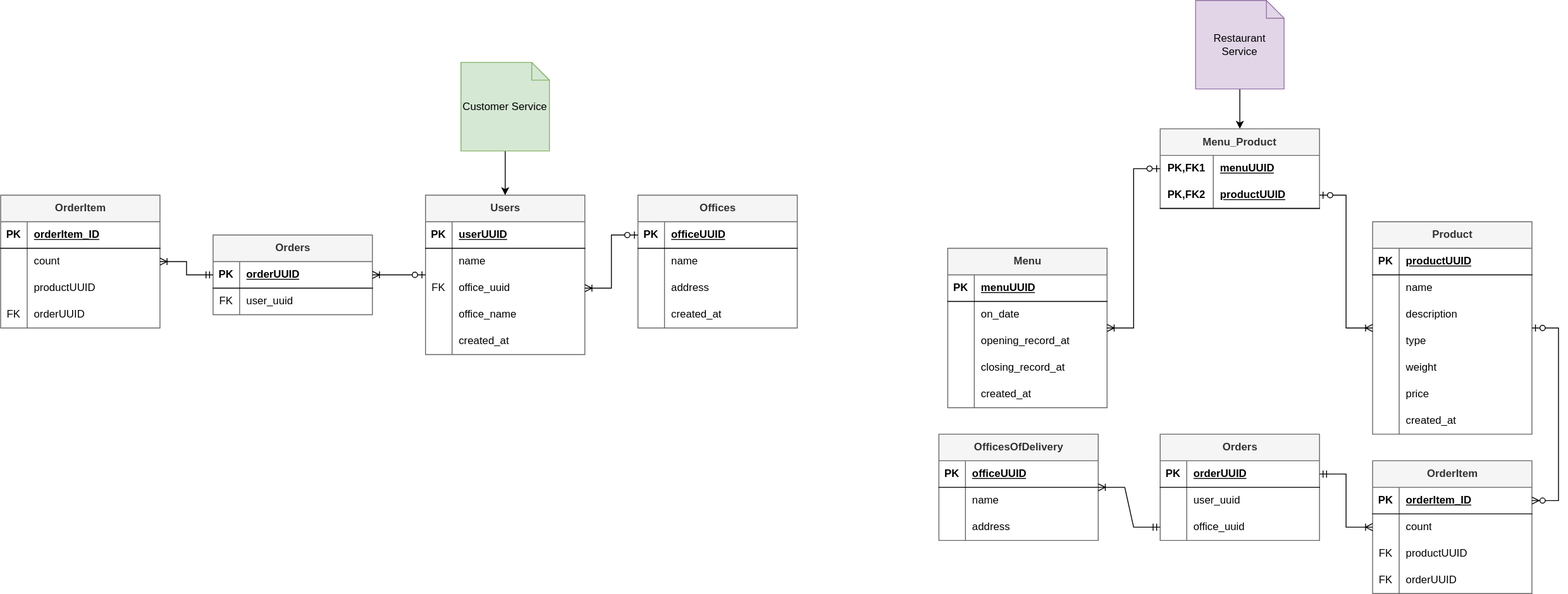
Above: DB architecture.svg in tumbleweedd/mediasoft-all-services (draw.io), before the change. Source tidied: cells renumbered, new cells last; positions are measured from the earlier drawing's top-left corner, leaving out a move shared by most shapes.
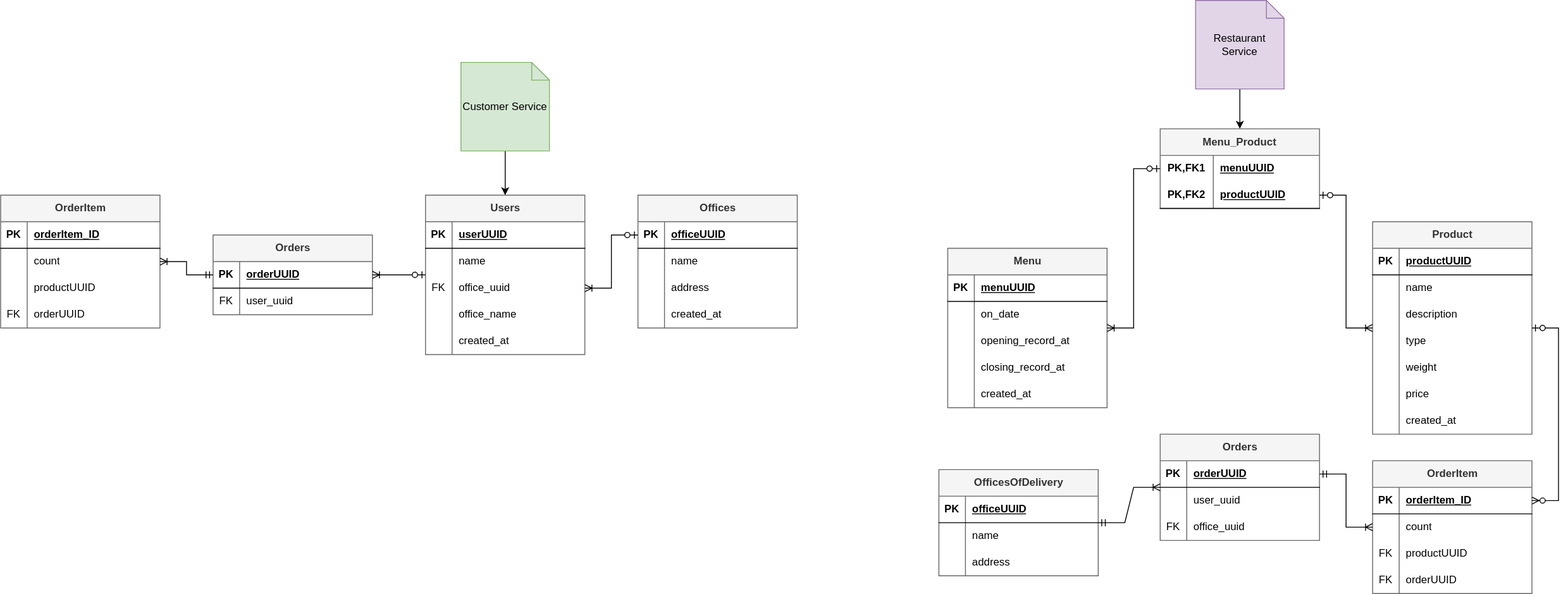
Above is the later version.

The edit, as a diff of the source:
```diff
@@ -335,7 +335,7 @@
     <mxCell id="112" style="shape=tableRow;horizontal=0;startSize=0;swimlaneHead=0;swimlaneBody=0;fillColor=none;points=[[0,0.5],[1,0.5]];portConstraint=eastwest;top=0;left=0;right=0;bottom=0;" parent="105" vertex="1">
       <mxGeometry y="90" width="180" height="30" as="geometry" />
     </mxCell>
-    <mxCell id="113" style="shape=partialRectangle;fillColor=none;top=0;left=0;bottom=0;right=0;overflow=hidden;whiteSpace=wrap;html=1;" parent="112" vertex="1">
+    <mxCell id="113" value="FK" style="shape=partialRectangle;fillColor=none;top=0;left=0;bottom=0;right=0;overflow=hidden;whiteSpace=wrap;html=1;" parent="112" vertex="1">
       <mxGeometry width="30" height="30" as="geometry" />
     </mxCell>
     <mxCell id="114" value="office_uuid" style="shape=partialRectangle;fillColor=none;top=0;left=0;bottom=0;right=0;align=left;spacingLeft=6;overflow=hidden;whiteSpace=wrap;html=1;" parent="112" vertex="1">
@@ -387,7 +387,7 @@
       <mxGeometry relative="1" as="geometry" />
     </mxCell>
     <mxCell id="130" value="OfficesOfDelivery" style="shape=table;startSize=30;rowLines=0;fontStyle=1;align=center;html=1;fillColor=#f5f5f5;fontColor=#333333;strokeColor=#666666;" parent="1" vertex="1">
-      <mxGeometry x="1060" y="490" width="180" height="120" as="geometry" />
+      <mxGeometry x="1060" y="530" width="180" height="120" as="geometry" />
     </mxCell>
     <mxCell id="131" style="shape=tableRow;horizontal=0;startSize=0;swimlaneHead=0;swimlaneBody=0;fillColor=none;top=0;left=0;right=0;bottom=1;" parent="130" vertex="1">
       <mxGeometry y="30" width="180" height="30" as="geometry" />
@@ -416,7 +416,7 @@
     <mxCell id="139" value="address" style="shape=partialRectangle;fillColor=none;top=0;left=0;bottom=0;right=0;align=left;spacingLeft=6;overflow=hidden;whiteSpace=wrap;html=1;" parent="137" vertex="1">
       <mxGeometry x="30" width="150" height="30" as="geometry" />
     </mxCell>
-    <mxCell id="140" style="edgeStyle=entityRelationEdgeStyle;fontSize=12;html=1;endArrow=ERoneToMany;startArrow=ERmandOne;rounded=0;" parent="1" edge="1" source="112" target="130">
+    <mxCell id="140" style="edgeStyle=entityRelationEdgeStyle;fontSize=12;html=1;endArrow=ERoneToMany;startArrow=ERmandOne;rounded=0;" parent="1" edge="1" source="130" target="105">
       <mxGeometry relative="1" as="geometry" />
     </mxCell>
   </root>
```
